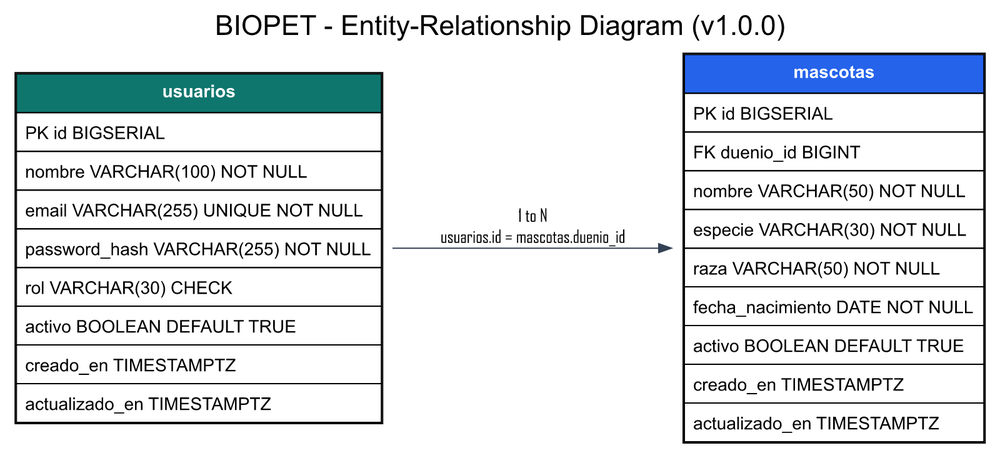
Earlier version of the Graphviz export docs/diagrams/der-biopet/der-biopet.png (Grinjoww/ENTREGA-FINAL-BIOPET). Its source is kept beside it as docs/diagrams/der-biopet/der-biopet.dot. Source of this version:
```dot
digraph ERD {
  graph [rankdir=LR, dpi=200, bgcolor="white", fontname="Arial", label="BIOPET - Entity-Relationship Diagram (v1.0.0)", labelloc=t, fontsize=22];
  node [shape=plaintext, fontname="Arial"];
  usuarios [label=<
  <TABLE BORDER="1" CELLBORDER="1" CELLSPACING="0" CELLPADDING="6">
    <TR><TD BGCOLOR="#0F766E"><FONT COLOR="white"><B>usuarios</B></FONT></TD></TR>
    <TR><TD ALIGN="LEFT">PK id BIGSERIAL</TD></TR>
    <TR><TD ALIGN="LEFT">nombre VARCHAR(100) NOT NULL</TD></TR>
    <TR><TD ALIGN="LEFT">email VARCHAR(255) UNIQUE NOT NULL</TD></TR>
    <TR><TD ALIGN="LEFT">password_hash VARCHAR(255) NOT NULL</TD></TR>
    <TR><TD ALIGN="LEFT">rol VARCHAR(30) CHECK</TD></TR>
    <TR><TD ALIGN="LEFT">activo BOOLEAN DEFAULT TRUE</TD></TR>
    <TR><TD ALIGN="LEFT">creado_en TIMESTAMPTZ</TD></TR>
    <TR><TD ALIGN="LEFT">actualizado_en TIMESTAMPTZ</TD></TR>
  </TABLE>>];
  mascotas [label=<
  <TABLE BORDER="1" CELLBORDER="1" CELLSPACING="0" CELLPADDING="6">
    <TR><TD BGCOLOR="#2563EB"><FONT COLOR="white"><B>mascotas</B></FONT></TD></TR>
    <TR><TD ALIGN="LEFT">PK id BIGSERIAL</TD></TR>
    <TR><TD ALIGN="LEFT">FK duenio_id BIGINT</TD></TR>
    <TR><TD ALIGN="LEFT">nombre VARCHAR(50) NOT NULL</TD></TR>
    <TR><TD ALIGN="LEFT">especie VARCHAR(30) NOT NULL</TD></TR>
    <TR><TD ALIGN="LEFT">raza VARCHAR(50) NOT NULL</TD></TR>
    <TR><TD ALIGN="LEFT">fecha_nacimiento DATE NOT NULL</TD></TR>
    <TR><TD ALIGN="LEFT">activo BOOLEAN DEFAULT TRUE</TD></TR>
    <TR><TD ALIGN="LEFT">creado_en TIMESTAMPTZ</TD></TR>
    <TR><TD ALIGN="LEFT">actualizado_en TIMESTAMPTZ</TD></TR>
  </TABLE>>];
  usuarios -> mascotas [label="1 to N\nusuarios.id = mascotas.duenio_id", color="#334155"];
}
```
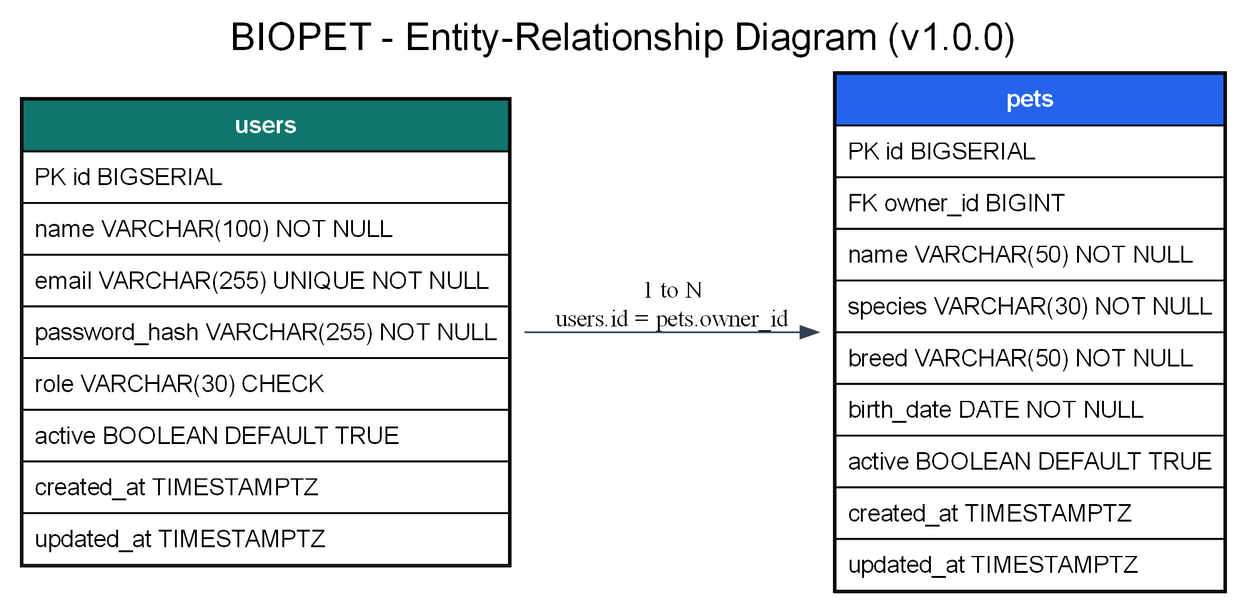
Later version of the same file.

Change to the diagram source:
```diff
@@ -1,30 +1,30 @@
 digraph ERD {
   graph [rankdir=LR, dpi=200, bgcolor="white", fontname="Arial", label="BIOPET - Entity-Relationship Diagram (v1.0.0)", labelloc=t, fontsize=22];
   node [shape=plaintext, fontname="Arial"];
-  usuarios [label=<
+  users [label=<
   <TABLE BORDER="1" CELLBORDER="1" CELLSPACING="0" CELLPADDING="6">
-    <TR><TD BGCOLOR="#0F766E"><FONT COLOR="white"><B>usuarios</B></FONT></TD></TR>
+    <TR><TD BGCOLOR="#0F766E"><FONT COLOR="white"><B>users</B></FONT></TD></TR>
     <TR><TD ALIGN="LEFT">PK id BIGSERIAL</TD></TR>
-    <TR><TD ALIGN="LEFT">nombre VARCHAR(100) NOT NULL</TD></TR>
+    <TR><TD ALIGN="LEFT">name VARCHAR(100) NOT NULL</TD></TR>
     <TR><TD ALIGN="LEFT">email VARCHAR(255) UNIQUE NOT NULL</TD></TR>
     <TR><TD ALIGN="LEFT">password_hash VARCHAR(255) NOT NULL</TD></TR>
-    <TR><TD ALIGN="LEFT">rol VARCHAR(30) CHECK</TD></TR>
-    <TR><TD ALIGN="LEFT">activo BOOLEAN DEFAULT TRUE</TD></TR>
-    <TR><TD ALIGN="LEFT">creado_en TIMESTAMPTZ</TD></TR>
-    <TR><TD ALIGN="LEFT">actualizado_en TIMESTAMPTZ</TD></TR>
+    <TR><TD ALIGN="LEFT">role VARCHAR(30) CHECK</TD></TR>
+    <TR><TD ALIGN="LEFT">active BOOLEAN DEFAULT TRUE</TD></TR>
+    <TR><TD ALIGN="LEFT">created_at TIMESTAMPTZ</TD></TR>
+    <TR><TD ALIGN="LEFT">updated_at TIMESTAMPTZ</TD></TR>
   </TABLE>>];
-  mascotas [label=<
+  pets [label=<
   <TABLE BORDER="1" CELLBORDER="1" CELLSPACING="0" CELLPADDING="6">
-    <TR><TD BGCOLOR="#2563EB"><FONT COLOR="white"><B>mascotas</B></FONT></TD></TR>
+    <TR><TD BGCOLOR="#2563EB"><FONT COLOR="white"><B>pets</B></FONT></TD></TR>
     <TR><TD ALIGN="LEFT">PK id BIGSERIAL</TD></TR>
-    <TR><TD ALIGN="LEFT">FK duenio_id BIGINT</TD></TR>
-    <TR><TD ALIGN="LEFT">nombre VARCHAR(50) NOT NULL</TD></TR>
-    <TR><TD ALIGN="LEFT">especie VARCHAR(30) NOT NULL</TD></TR>
-    <TR><TD ALIGN="LEFT">raza VARCHAR(50) NOT NULL</TD></TR>
-    <TR><TD ALIGN="LEFT">fecha_nacimiento DATE NOT NULL</TD></TR>
-    <TR><TD ALIGN="LEFT">activo BOOLEAN DEFAULT TRUE</TD></TR>
-    <TR><TD ALIGN="LEFT">creado_en TIMESTAMPTZ</TD></TR>
-    <TR><TD ALIGN="LEFT">actualizado_en TIMESTAMPTZ</TD></TR>
+    <TR><TD ALIGN="LEFT">FK owner_id BIGINT</TD></TR>
+    <TR><TD ALIGN="LEFT">name VARCHAR(50) NOT NULL</TD></TR>
+    <TR><TD ALIGN="LEFT">species VARCHAR(30) NOT NULL</TD></TR>
+    <TR><TD ALIGN="LEFT">breed VARCHAR(50) NOT NULL</TD></TR>
+    <TR><TD ALIGN="LEFT">birth_date DATE NOT NULL</TD></TR>
+    <TR><TD ALIGN="LEFT">active BOOLEAN DEFAULT TRUE</TD></TR>
+    <TR><TD ALIGN="LEFT">created_at TIMESTAMPTZ</TD></TR>
+    <TR><TD ALIGN="LEFT">updated_at TIMESTAMPTZ</TD></TR>
   </TABLE>>];
-  usuarios -> mascotas [label="1 to N\nusuarios.id = mascotas.duenio_id", color="#334155"];
+  users -> pets [label="1 to N\nusers.id = pets.owner_id", color="#334155"];
 }
```
